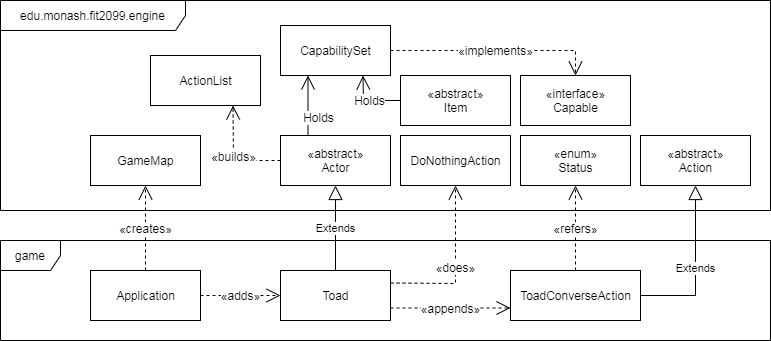
Earlier version of the draw.io export docs/REQ6/class diagram.png (rongwen1/Roguelike-Mario-game-java). Source tidied: cells renumbered, new cells last; positions are measured from the earlier drawing's top-left corner, leaving out a move shared by most shapes.
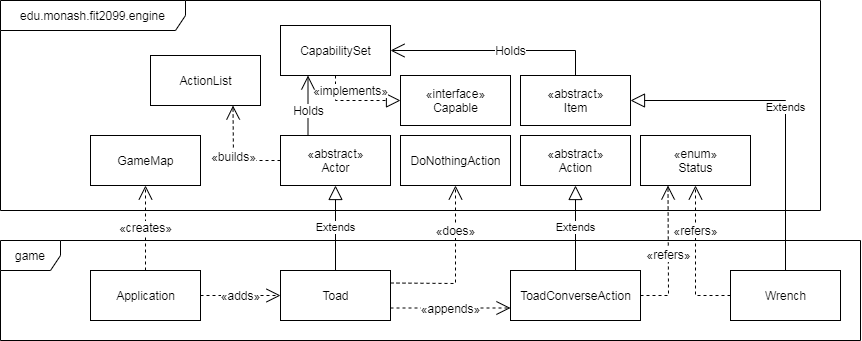
After the commit.

Commit message:
REQ3, REQ6: finish class diagram

What changed in the source:
```diff
@@ -2,106 +2,117 @@
   <root>
     <mxCell id="0" />
     <mxCell id="1" parent="0" />
+    <mxCell id="8" value="game" style="shape=umlFrame;whiteSpace=wrap;html=1;" parent="1" vertex="1">
+      <mxGeometry y="240" width="860" height="100" as="geometry" />
+    </mxCell>
     <mxCell id="2" value="Extends" style="endArrow=block;endSize=12;html=1;endFill=0;entryX=0.5;entryY=1;entryDx=0;entryDy=0;exitX=0.5;exitY=0;exitDx=0;exitDy=0;" parent="1" edge="1" source="9" target="16">
       <mxGeometry relative="1" as="geometry" />
     </mxCell>
     <mxCell id="3" value="&lt;span style=&quot;font-size: 12px&quot;&gt;«does»&lt;/span&gt;" style="endArrow=open;endSize=12;html=1;endFill=0;exitX=1;exitY=0.25;exitDx=0;exitDy=0;dashed=1;entryX=0.5;entryY=1;entryDx=0;entryDy=0;rounded=0;" parent="1" edge="1" source="9" target="20">
-      <mxGeometry relative="1" as="geometry">
+      <mxGeometry x="0.45" relative="1" as="geometry">
         <Array as="points">
           <mxPoint x="455" y="283" />
         </Array>
       </mxGeometry>
     </mxCell>
-    <mxCell id="4" value="Extends" style="endArrow=block;endSize=12;html=1;endFill=0;entryX=0.5;entryY=1;entryDx=0;entryDy=0;exitX=1;exitY=0.5;exitDx=0;exitDy=0;rounded=0;" parent="1" edge="1" source="10" target="17">
-      <mxGeometry relative="1" as="geometry">
-        <Array as="points">
-          <mxPoint x="695" y="295" />
-        </Array>
-      </mxGeometry>
+    <mxCell id="4" value="Extends" style="endArrow=block;endSize=12;html=1;endFill=0;entryX=0.5;entryY=1;entryDx=0;entryDy=0;rounded=0;" parent="1" edge="1" source="10" target="17">
+      <mxGeometry relative="1" as="geometry" />
     </mxCell>
     <mxCell id="5" value="&lt;span style=&quot;font-size: 12px&quot;&gt;«creates»&lt;/span&gt;" style="endArrow=open;endSize=12;html=1;endFill=0;dashed=1;entryX=0.5;entryY=1;entryDx=0;entryDy=0;exitX=0.5;exitY=0;exitDx=0;exitDy=0;" parent="1" edge="1" source="11" target="21">
       <mxGeometry relative="1" as="geometry" />
     </mxCell>
-    <mxCell id="6" value="&lt;span style=&quot;font-size: 12px&quot;&gt;«refers»&lt;/span&gt;" style="endArrow=open;endSize=12;html=1;endFill=0;dashed=1;entryX=0.5;entryY=1;entryDx=0;entryDy=0;" parent="1" edge="1" source="10" target="26">
-      <mxGeometry relative="1" as="geometry" />
+    <mxCell id="6" value="&lt;span style=&quot;font-size: 12px&quot;&gt;«refers»&lt;/span&gt;" style="endArrow=open;endSize=12;html=1;endFill=0;dashed=1;entryX=0.25;entryY=1;entryDx=0;entryDy=0;exitX=1;exitY=0.5;exitDx=0;exitDy=0;rounded=0;" parent="1" edge="1" source="10" target="26">
+      <mxGeometry relative="1" as="geometry">
+        <Array as="points">
+          <mxPoint x="668" y="295" />
+        </Array>
+      </mxGeometry>
     </mxCell>
-    <mxCell id="7" style="group;" parent="1" vertex="1">
-      <mxGeometry x="30" y="230" width="740" height="110" as="geometry" />
-    </mxCell>
-    <mxCell id="8" value="game" style="shape=umlFrame;whiteSpace=wrap;html=1;" parent="7" vertex="1">
-      <mxGeometry x="-30" y="10" width="770" height="100" as="geometry" />
-    </mxCell>
+    <mxCell id="29" value="Wrench" style="html=1;" parent="1" vertex="1">
+      <mxGeometry x="730" y="270" width="110" height="50" as="geometry" />
+    </mxCell>
+    <mxCell id="30" value="Extends" style="endArrow=block;endSize=12;html=1;endFill=0;entryX=1;entryY=0.5;entryDx=0;entryDy=0;exitX=0.5;exitY=0;exitDx=0;exitDy=0;rounded=0;" parent="1" edge="1" source="29" target="18">
+      <mxGeometry relative="1" as="geometry">
+        <Array as="points">
+          <mxPoint x="785" y="100" />
+        </Array>
+      </mxGeometry>
+    </mxCell>
-    <mxCell id="9" value="Toad" style="html=1;" parent="7" vertex="1">
-      <mxGeometry x="250" y="40" width="110" height="50" as="geometry" />
+    <mxCell id="9" value="Toad" style="html=1;" parent="1" vertex="1">
+      <mxGeometry x="280" y="270" width="110" height="50" as="geometry" />
     </mxCell>
-    <mxCell id="10" value="ToadConverseAction" style="html=1;" parent="7" vertex="1">
-      <mxGeometry x="480" y="40" width="130" height="50" as="geometry" />
+    <mxCell id="10" value="ToadConverseAction" style="html=1;" parent="1" vertex="1">
+      <mxGeometry x="510" y="270" width="130" height="50" as="geometry" />
     </mxCell>
-    <mxCell id="11" value="Application" style="html=1;" parent="7" vertex="1">
-      <mxGeometry x="60" y="40" width="110" height="50" as="geometry" />
+    <mxCell id="11" value="Application" style="html=1;" parent="1" vertex="1">
+      <mxGeometry x="90" y="270" width="110" height="50" as="geometry" />
     </mxCell>
-    <mxCell id="12" value="&lt;span style=&quot;font-size: 12px&quot;&gt;«adds»&lt;/span&gt;" style="endArrow=open;endSize=12;html=1;endFill=0;exitX=1;exitY=0.5;exitDx=0;exitDy=0;dashed=1;" parent="7" edge="1" source="11" target="9">
+    <mxCell id="12" value="&lt;span style=&quot;font-size: 12px&quot;&gt;«adds»&lt;/span&gt;" style="endArrow=open;endSize=12;html=1;endFill=0;exitX=1;exitY=0.5;exitDx=0;exitDy=0;dashed=1;" parent="1" edge="1" source="11" target="9">
       <mxGeometry relative="1" as="geometry" />
     </mxCell>
-    <mxCell id="13" value="&lt;span style=&quot;font-size: 12px&quot;&gt;«appends»&lt;/span&gt;" style="endArrow=open;endSize=12;html=1;endFill=0;exitX=1;exitY=0.75;exitDx=0;exitDy=0;dashed=1;entryX=0;entryY=0.75;entryDx=0;entryDy=0;" parent="7" edge="1" source="9" target="10">
+    <mxCell id="13" value="&lt;span style=&quot;font-size: 12px&quot;&gt;«appends»&lt;/span&gt;" style="endArrow=open;endSize=12;html=1;endFill=0;exitX=1;exitY=0.75;exitDx=0;exitDy=0;dashed=1;entryX=0;entryY=0.75;entryDx=0;entryDy=0;" parent="1" edge="1" source="9" target="10">
       <mxGeometry relative="1" as="geometry" />
     </mxCell>
-    <mxCell id="14" style="group;" parent="1" vertex="1">
-      <mxGeometry x="30" width="740" height="210" as="geometry" />
-    </mxCell>
+    <mxCell id="31" value="&lt;span style=&quot;font-size: 12px&quot;&gt;«refers»&lt;/span&gt;" style="endArrow=open;endSize=12;html=1;endFill=0;dashed=1;entryX=0.5;entryY=1;entryDx=0;entryDy=0;exitX=0;exitY=0.5;exitDx=0;exitDy=0;rounded=0;" parent="1" edge="1" source="29" target="26">
+      <mxGeometry x="0.38" relative="1" as="geometry">
+        <Array as="points">
+          <mxPoint x="695" y="295" />
+        </Array>
+      </mxGeometry>
+    </mxCell>
-    <mxCell id="15" value="edu.monash.fit2099.engine" style="shape=umlFrame;whiteSpace=wrap;html=1;width=185;height=30;" parent="14" vertex="1">
-      <mxGeometry x="-30" width="770" height="210" as="geometry" />
+    <mxCell id="15" value="edu.monash.fit2099.engine" style="shape=umlFrame;whiteSpace=wrap;html=1;width=185;height=30;" parent="1" vertex="1">
+      <mxGeometry width="820" height="210" as="geometry" />
     </mxCell>
-    <mxCell id="16" value="&lt;span&gt;«abstract»&lt;/span&gt;&lt;br&gt;Actor" style="html=1;" parent="14" vertex="1">
-      <mxGeometry x="250" y="135" width="110" height="50" as="geometry" />
+    <mxCell id="16" value="&lt;span&gt;«abstract»&lt;/span&gt;&lt;br&gt;Actor" style="html=1;" parent="1" vertex="1">
+      <mxGeometry x="280" y="135" width="110" height="50" as="geometry" />
     </mxCell>
-    <mxCell id="17" value="«abstract»&lt;br&gt;Action" style="html=1;" parent="14" vertex="1">
-      <mxGeometry x="610" y="135" width="110" height="50" as="geometry" />
+    <mxCell id="17" value="«abstract»&lt;br&gt;Action" style="html=1;" parent="1" vertex="1">
+      <mxGeometry x="520" y="135" width="110" height="50" as="geometry" />
     </mxCell>
-    <mxCell id="18" value="«abstract»&lt;br&gt;Item" style="html=1;" parent="14" vertex="1">
-      <mxGeometry x="370" y="75" width="110" height="50" as="geometry" />
+    <mxCell id="18" value="«abstract»&lt;br&gt;Item" style="html=1;" parent="1" vertex="1">
+      <mxGeometry x="520" y="75" width="110" height="50" as="geometry" />
     </mxCell>
-    <mxCell id="19" value="CapabilitySet" style="html=1;" parent="14" vertex="1">
-      <mxGeometry x="250" y="25" width="110" height="50" as="geometry" />
+    <mxCell id="19" value="CapabilitySet" style="html=1;" parent="1" vertex="1">
+      <mxGeometry x="280" y="25" width="110" height="50" as="geometry" />
     </mxCell>
-    <mxCell id="20" value="DoNothingAction" style="html=1;" parent="14" vertex="1">
-      <mxGeometry x="370" y="135" width="110" height="50" as="geometry" />
+    <mxCell id="20" value="DoNothingAction" style="html=1;" parent="1" vertex="1">
+      <mxGeometry x="400" y="135" width="110" height="50" as="geometry" />
     </mxCell>
-    <mxCell id="21" value="GameMap" style="html=1;" parent="14" vertex="1">
-      <mxGeometry x="60" y="135" width="110" height="50" as="geometry" />
+    <mxCell id="21" value="GameMap" style="html=1;" parent="1" vertex="1">
+      <mxGeometry x="90" y="135" width="110" height="50" as="geometry" />
     </mxCell>
-    <mxCell id="22" value="&lt;span&gt;«interface»&lt;/span&gt;&lt;br&gt;Capable" style="html=1;" parent="14" vertex="1">
-      <mxGeometry x="490" y="75" width="110" height="50" as="geometry" />
+    <mxCell id="22" value="&lt;span&gt;«interface»&lt;/span&gt;&lt;br&gt;Capable" style="html=1;" parent="1" vertex="1">
+      <mxGeometry x="400" y="75" width="110" height="50" as="geometry" />
     </mxCell>
-    <mxCell id="23" value="&lt;span style=&quot;font-size: 12px&quot;&gt;«implements»&lt;/span&gt;" style="endArrow=open;endSize=12;html=1;endFill=0;dashed=1;entryX=0.5;entryY=0;entryDx=0;entryDy=0;exitX=1;exitY=0.5;exitDx=0;exitDy=0;rounded=0;" parent="14" edge="1" source="19" target="22">
-      <mxGeometry relative="1" as="geometry">
+    <mxCell id="23" value="&lt;span style=&quot;font-size: 12px&quot;&gt;«implements»&lt;/span&gt;" style="endArrow=block;endSize=12;html=1;endFill=0;dashed=1;entryX=0;entryY=0.5;entryDx=0;entryDy=0;rounded=0;exitX=0.5;exitY=1;exitDx=0;exitDy=0;" parent="1" edge="1" source="19" target="22">
+      <mxGeometry x="-0.11" y="10" relative="1" as="geometry">
         <Array as="points">
-          <mxPoint x="545" y="50" />
+          <mxPoint x="335" y="100" />
         </Array>
       </mxGeometry>
     </mxCell>
-    <mxCell id="24" value="&lt;span style=&quot;font-size: 12px&quot;&gt;Holds&lt;br&gt;&lt;/span&gt;" style="endArrow=open;endSize=12;html=1;endFill=0;entryX=0.25;entryY=1;entryDx=0;entryDy=0;exitX=0.25;exitY=0;exitDx=0;exitDy=0;" parent="14" edge="1" source="16" target="19">
-      <mxGeometry x="-0.39" y="-10" relative="1" as="geometry" />
+    <mxCell id="24" value="&lt;span style=&quot;font-size: 12px&quot;&gt;Holds&lt;br&gt;&lt;/span&gt;" style="endArrow=open;endSize=12;html=1;endFill=0;entryX=0.25;entryY=1;entryDx=0;entryDy=0;exitX=0.25;exitY=0;exitDx=0;exitDy=0;" parent="1" edge="1" source="16" target="19">
+      <mxGeometry x="-0.17" relative="1" as="geometry" />
     </mxCell>
-    <mxCell id="25" value="&lt;span style=&quot;font-size: 12px&quot;&gt;Holds&lt;br&gt;&lt;/span&gt;" style="endArrow=open;endSize=12;html=1;endFill=0;entryX=0.75;entryY=1;entryDx=0;entryDy=0;rounded=0;exitX=0;exitY=0.5;exitDx=0;exitDy=0;startSize=6;" parent="14" edge="1" source="18" target="19">
-      <mxGeometry relative="1" as="geometry">
-        <Array as="points">
-          <mxPoint x="333" y="100" />
-        </Array>
-      </mxGeometry>
-    </mxCell>
-    <mxCell id="26" value="«enum»&lt;br&gt;Status" style="html=1;" parent="14" vertex="1">
-      <mxGeometry x="490" y="135" width="110" height="50" as="geometry" />
+    <mxCell id="26" value="«enum»&lt;br&gt;Status" style="html=1;" parent="1" vertex="1">
+      <mxGeometry x="640" y="135" width="110" height="50" as="geometry" />
     </mxCell>
-    <mxCell id="27" value="ActionList" style="html=1;" parent="14" vertex="1">
-      <mxGeometry x="120" y="55" width="110" height="50" as="geometry" />
+    <mxCell id="27" value="ActionList" style="html=1;" parent="1" vertex="1">
+      <mxGeometry x="150" y="55" width="110" height="50" as="geometry" />
     </mxCell>
-    <mxCell id="28" value="&lt;span style=&quot;font-size: 12px&quot;&gt;«builds»&lt;/span&gt;" style="endArrow=open;endSize=12;html=1;endFill=0;exitX=0;exitY=0.5;exitDx=0;exitDy=0;dashed=1;entryX=0.75;entryY=1;entryDx=0;entryDy=0;rounded=0;" parent="14" edge="1" source="16" target="27">
+    <mxCell id="28" value="&lt;span style=&quot;font-size: 12px&quot;&gt;«builds»&lt;/span&gt;" style="endArrow=open;endSize=12;html=1;endFill=0;exitX=0;exitY=0.5;exitDx=0;exitDy=0;dashed=1;entryX=0.75;entryY=1;entryDx=0;entryDy=0;rounded=0;" parent="1" edge="1" source="16" target="27">
       <mxGeometry relative="1" as="geometry">
         <Array as="points">
-          <mxPoint x="203" y="160" />
+          <mxPoint x="233" y="160" />
         </Array>
       </mxGeometry>
     </mxCell>
+    <mxCell id="25" value="&lt;span style=&quot;font-size: 12px&quot;&gt;Holds&lt;br&gt;&lt;/span&gt;" style="endArrow=open;endSize=12;html=1;endFill=0;entryX=1;entryY=0.5;entryDx=0;entryDy=0;exitX=0.5;exitY=0;exitDx=0;exitDy=0;rounded=0;" parent="1" edge="1" source="18" target="19">
+      <mxGeometry x="-0.14" relative="1" as="geometry">
+        <Array as="points">
+          <mxPoint x="575" y="50" />
+        </Array>
+      </mxGeometry>
+    </mxCell>
   </root>
 </mxGraphModel>
```
